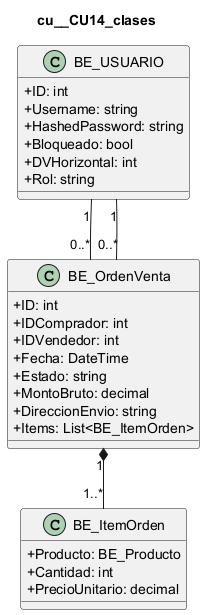
Above: docs/diagramas/uml_png/cu__CU14_clases.png in L-Muniz/uai-diploma_2026 (PlantUML), before the change.
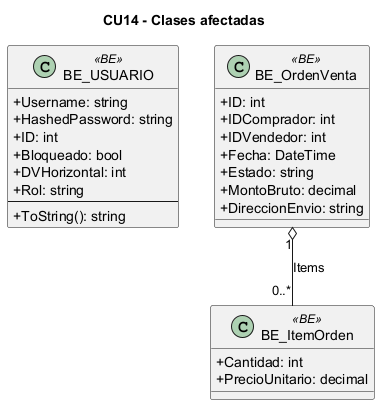
Later version of the same file.

Change to the diagram source:
```diff
@@ -1,15 +1,17 @@
 @startuml
 skinparam classAttributeIconSize 0
-title cu__CU14_clases
-class "BE_USUARIO" as USUARIO {
-  +ID: int
+title CU14 - Clases afectadas
+class "BE_USUARIO" as BE_USUARIO <<BE>> {
   +Username: string
   +HashedPassword: string
+  +ID: int
   +Bloqueado: bool
   +DVHorizontal: int
   +Rol: string
+  --
+  +ToString(): string
 }
-class "BE_OrdenVenta" as ORDEN {
+class "BE_OrdenVenta" as BE_OrdenVenta <<BE>> {
   +ID: int
   +IDComprador: int
   +IDVendedor: int
@@ -17,14 +19,10 @@
   +Estado: string
   +MontoBruto: decimal
   +DireccionEnvio: string
-  +Items: List<BE_ItemOrden>
 }
-class "BE_ItemOrden" as ITEM {
-  +Producto: BE_Producto
+class "BE_ItemOrden" as BE_ItemOrden <<BE>> {
   +Cantidad: int
   +PrecioUnitario: decimal
 }
-USUARIO "1" -- "0..*" ORDEN
-USUARIO "1" -- "0..*" ORDEN
-ORDEN "1" *-- "1..*" ITEM
+BE_OrdenVenta "1" o-- "0..*" BE_ItemOrden : Items
 @enduml
```
